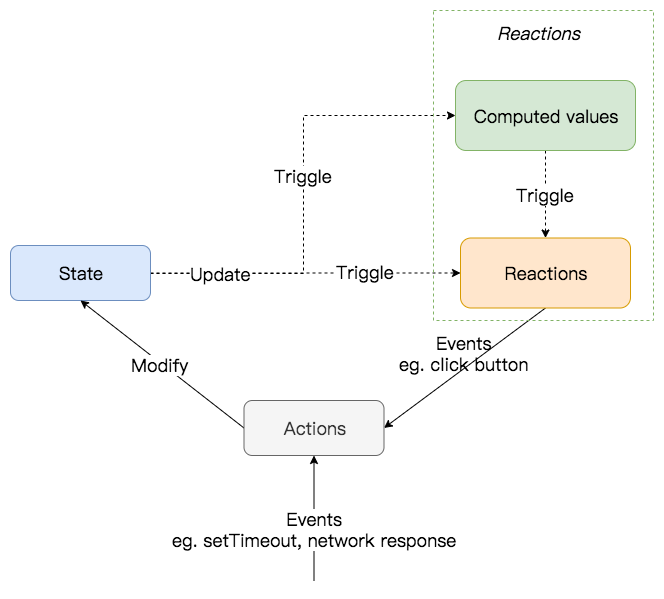
This is mobx-model-complex.png from whinc/pic-bed, a draw.io export, as it was before one commit. Source tidied: cells renumbered, new cells last; positions are measured from the earlier drawing's top-left corner, leaving out a move shared by most shapes.
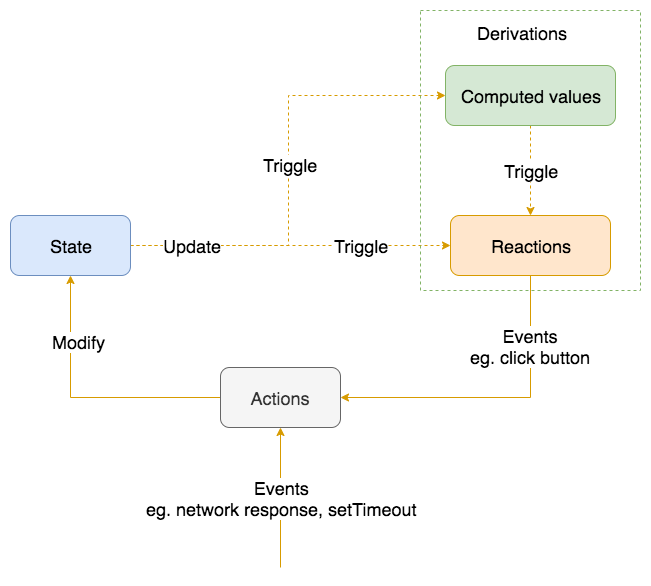
After the commit.

Diff of the diagram source:
```diff
@@ -2,68 +2,71 @@
   <root>
     <mxCell id="0" />
     <mxCell id="1" parent="0" />
-    <mxCell id="2" style="rounded=0;jettySize=auto;html=1;exitX=1;exitY=0.5;exitDx=0;exitDy=0;fontFamily=Lucida Console;fontSize=18;entryX=0;entryY=0.5;entryDx=0;entryDy=0;dashed=1;" parent="1" edge="1" source="9" target="11">
+    <mxCell id="2" style="edgeStyle=orthogonalEdgeStyle;rounded=0;jettySize=auto;html=1;exitX=1;exitY=0.5;exitDx=0;exitDy=0;fontSize=18;dashed=1;fillColor=#ffe6cc;strokeColor=#d79b00;" parent="1" edge="1" source="6" target="9">
       <mxGeometry relative="1" as="geometry" />
     </mxCell>
-    <mxCell id="3" value="Triggle" style="text;html=1;align=center;verticalAlign=middle;labelBackgroundColor=#ffffff;fontSize=18;fontFamily=Lucida Console;" parent="2" vertex="1">
-      <mxGeometry x="0.38" y="3" relative="1" as="geometry">
-        <mxPoint y="1" as="offset" />
-      </mxGeometry>
+    <mxCell id="3" style="edgeStyle=orthogonalEdgeStyle;rounded=0;jettySize=auto;html=1;exitX=1;exitY=0.5;exitDx=0;exitDy=0;entryX=0;entryY=0.5;entryDx=0;entryDy=0;fontSize=18;dashed=1;fillColor=#ffe6cc;strokeColor=#d79b00;" parent="1" edge="1" source="6" target="11">
+      <mxGeometry relative="1" as="geometry" />
     </mxCell>
-    <mxCell id="4" style="edgeStyle=orthogonalEdgeStyle;rounded=0;jettySize=auto;html=1;exitX=1;exitY=0.5;exitDx=0;exitDy=0;entryX=0;entryY=0.5;entryDx=0;entryDy=0;fontFamily=Lucida Console;fontSize=18;dashed=1;" parent="1" edge="1" source="9" target="14">
-      <mxGeometry relative="1" as="geometry" />
+    <mxCell id="4" value="Update" style="text;html=1;align=center;verticalAlign=middle;labelBackgroundColor=#ffffff;fontSize=18;" parent="3" vertex="1">
+      <mxGeometry x="-0.75" y="-2" relative="1" as="geometry">
+        <mxPoint x="3" y="-2" as="offset" />
+      </mxGeometry>
     </mxCell>
-    <mxCell id="5" value="Update" style="text;html=1;align=center;verticalAlign=middle;labelBackgroundColor=#ffffff;fontSize=18;fontFamily=Lucida Console;" parent="4" vertex="1">
-      <mxGeometry x="-0.7" y="-4" relative="1" as="geometry">
-        <mxPoint y="-4.5" as="offset" />
-      </mxGeometry>
+    <mxCell id="5" value="Triggle" style="text;html=1;align=center;verticalAlign=middle;labelBackgroundColor=#ffffff;fontSize=18;" parent="3" vertex="1">
+      <mxGeometry x="0.03" y="-1" relative="1" as="geometry" />
     </mxCell>
-    <mxCell id="6" value="Triggle" style="text;html=1;points=[];align=center;verticalAlign=middle;labelBackgroundColor=#ffffff;fontSize=18;fontFamily=Lucida Console;" parent="4" vertex="1">
-      <mxGeometry x="0.08" y="1" relative="1" as="geometry" />
+    <mxCell id="6" value="State" style="rounded=1;whiteSpace=wrap;html=1;fontSize=18;fillColor=#dae8fc;strokeColor=#6c8ebf;" parent="1" vertex="1">
+      <mxGeometry x="123" y="145" width="120" height="60" as="geometry" />
     </mxCell>
-    <mxCell id="7" style="rounded=0;jettySize=auto;html=1;fontFamily=Lucida Console;fontSize=18;entryX=0.5;entryY=1;entryDx=0;entryDy=0;" parent="1" edge="1" target="17">
-      <mxGeometry relative="1" as="geometry">
-        <mxPoint x="303.5" y="570" as="sourcePoint" />
-      </mxGeometry>
+    <mxCell id="7" style="edgeStyle=orthogonalEdgeStyle;rounded=0;jettySize=auto;html=1;exitX=0.5;exitY=1;exitDx=0;exitDy=0;entryX=1;entryY=0.5;entryDx=0;entryDy=0;fontSize=18;fillColor=#ffe6cc;strokeColor=#d79b00;" parent="1" edge="1" source="9" target="16">
+      <mxGeometry relative="1" as="geometry" />
     </mxCell>
-    <mxCell id="8" value="Events&lt;br&gt;eg. setTimeout, network response" style="text;html=1;align=center;verticalAlign=middle;labelBackgroundColor=#ffffff;fontSize=18;fontFamily=Lucida Console;" parent="7" vertex="1">
-      <mxGeometry x="-0.16" relative="1" as="geometry" />
+    <mxCell id="8" value="Events&lt;br&gt;eg. click button" style="text;html=1;align=center;verticalAlign=middle;labelBackgroundColor=#ffffff;fontSize=18;" parent="7" vertex="1">
+      <mxGeometry x="-0.55" y="-1" relative="1" as="geometry" />
     </mxCell>
-    <mxCell id="9" value="State" style="rounded=1;whiteSpace=wrap;html=1;fontFamily=Lucida Console;fontSize=18;fillColor=#dae8fc;strokeColor=#6c8ebf;labelBorderColor=none;labelBackgroundColor=none;" parent="1" vertex="1">
-      <mxGeometry y="235" width="140" height="55" as="geometry" />
+    <mxCell id="9" value="Reactions" style="rounded=1;whiteSpace=wrap;html=1;fontSize=18;fillColor=#ffe6cc;strokeColor=#d79b00;" parent="1" vertex="1">
+      <mxGeometry x="563" y="145" width="160" height="60" as="geometry" />
     </mxCell>
-    <mxCell id="10" style="edgeStyle=none;rounded=0;jettySize=auto;html=1;exitX=0.5;exitY=1;exitDx=0;exitDy=0;entryX=1;entryY=0.5;entryDx=0;entryDy=0;fontFamily=Lucida Console;fontSize=18;" parent="1" edge="1" source="11" target="17">
+    <mxCell id="10" style="edgeStyle=orthogonalEdgeStyle;rounded=0;jettySize=auto;html=1;exitX=0.5;exitY=1;exitDx=0;exitDy=0;fontSize=18;dashed=1;fillColor=#ffe6cc;strokeColor=#d79b00;" parent="1" edge="1" source="11" target="9">
       <mxGeometry relative="1" as="geometry" />
     </mxCell>
-    <mxCell id="11" value="Reactions" style="rounded=1;whiteSpace=wrap;html=1;fontFamily=Lucida Console;fontSize=18;fillColor=#ffe6cc;strokeColor=#d79b00;" parent="1" vertex="1">
-      <mxGeometry x="450" y="227.5" width="170" height="70" as="geometry" />
+    <mxCell id="11" value="Computed values" style="rounded=1;whiteSpace=wrap;html=1;fontSize=18;fillColor=#d5e8d4;strokeColor=#82b366;" parent="1" vertex="1">
+      <mxGeometry x="558" y="-5" width="170" height="60" as="geometry" />
     </mxCell>
-    <mxCell id="12" style="edgeStyle=none;rounded=0;jettySize=auto;html=1;exitX=0.5;exitY=1;exitDx=0;exitDy=0;entryX=0.5;entryY=0;entryDx=0;entryDy=0;fontFamily=Lucida Console;fontSize=18;dashed=1;" parent="1" edge="1" source="14" target="11">
+    <mxCell id="12" style="rounded=0;jettySize=auto;html=1;exitX=0;exitY=0.5;exitDx=0;exitDy=0;fontSize=18;entryX=0.5;entryY=1;entryDx=0;entryDy=0;edgeStyle=orthogonalEdgeStyle;fillColor=#ffe6cc;strokeColor=#d79b00;" parent="1" edge="1" source="16" target="6">
       <mxGeometry relative="1" as="geometry" />
     </mxCell>
-    <mxCell id="13" value="Triggle" style="text;html=1;align=center;verticalAlign=middle;labelBackgroundColor=#ffffff;fontSize=18;fontFamily=Lucida Console;" parent="12" vertex="1">
-      <mxGeometry x="0.01" y="-1" relative="1" as="geometry" />
+    <mxCell id="13" value="Modify" style="text;html=1;align=center;verticalAlign=middle;labelBackgroundColor=#ffffff;fontSize=18;" parent="12" vertex="1">
+      <mxGeometry x="0.05" y="-56" relative="1" as="geometry" />
     </mxCell>
-    <mxCell id="14" value="Computed values" style="rounded=1;whiteSpace=wrap;html=1;fontFamily=Lucida Console;fontSize=18;fillColor=#d5e8d4;strokeColor=#82b366;" parent="1" vertex="1">
-      <mxGeometry x="445" y="70" width="180" height="70" as="geometry" />
+    <mxCell id="14" style="edgeStyle=orthogonalEdgeStyle;rounded=0;jettySize=auto;html=1;fontSize=18;entryX=0.5;entryY=1;entryDx=0;entryDy=0;fillColor=#ffe6cc;strokeColor=#d79b00;" parent="1" edge="1" target="16">
+      <mxGeometry relative="1" as="geometry">
+        <mxPoint x="393" y="497" as="sourcePoint" />
+        <Array as="points">
+          <mxPoint x="393" y="427" />
+        </Array>
+      </mxGeometry>
     </mxCell>
-    <mxCell id="15" style="edgeStyle=none;rounded=0;jettySize=auto;html=1;exitX=0;exitY=0.5;exitDx=0;exitDy=0;entryX=0.5;entryY=1;entryDx=0;entryDy=0;fontFamily=Lucida Console;fontSize=18;" parent="1" edge="1" source="17" target="9">
-      <mxGeometry relative="1" as="geometry" />
+    <mxCell id="15" value="Events&lt;br&gt;eg. network response, setTimeout" style="text;html=1;align=center;verticalAlign=middle;labelBackgroundColor=#ffffff;fontSize=18;" parent="14" vertex="1">
+      <mxGeometry x="0.2" y="-3" relative="1" as="geometry">
+        <mxPoint x="-3" y="14" as="offset" />
+      </mxGeometry>
     </mxCell>
-    <mxCell id="16" value="Modify" style="text;html=1;points=[];align=center;verticalAlign=middle;labelBackgroundColor=#ffffff;fontSize=18;fontFamily=Lucida Console;" parent="15" vertex="1">
-      <mxGeometry x="0.02" y="2" relative="1" as="geometry" />
+    <mxCell id="16" value="Actions" style="rounded=1;whiteSpace=wrap;html=1;fontSize=18;fillColor=#f5f5f5;strokeColor=#666666;fontColor=#333333;" parent="1" vertex="1">
+      <mxGeometry x="333" y="297" width="120" height="60" as="geometry" />
     </mxCell>
-    <mxCell id="17" value="Actions" style="rounded=1;whiteSpace=wrap;html=1;fontFamily=Lucida Console;fontSize=18;fillColor=#f5f5f5;strokeColor=#666666;fontColor=#333333;" parent="1" vertex="1">
-      <mxGeometry x="233.5" y="390" width="140" height="55" as="geometry" />
+    <mxCell id="17" value="Triggle" style="text;html=1;points=[];align=center;verticalAlign=middle;labelBackgroundColor=#ffffff;fontSize=18;" parent="1" vertex="1">
+      <mxGeometry x="473" y="175" as="geometry" />
     </mxCell>
-    <mxCell id="18" value="Events&lt;br&gt;eg. click button" style="text;html=1;align=center;verticalAlign=top;spacingTop=-4;fontSize=18;fontFamily=Lucida Console;" parent="1" vertex="1">
-      <mxGeometry x="383.5" y="320" width="140" height="50" as="geometry" />
+    <mxCell id="18" value="Triggle" style="text;html=1;align=center;verticalAlign=middle;labelBackgroundColor=#ffffff;fontSize=18;" parent="1" vertex="1">
+      <mxGeometry x="643" y="100" as="geometry" />
     </mxCell>
-    <mxCell id="19" style="rounded=0;whiteSpace=wrap;html=1;fontFamily=Lucida Console;fontSize=18;align=center;fillColor=none;dashed=1;strokeColor=#82b366;strokeWidth=1;" parent="1" vertex="1">
-      <mxGeometry x="423" width="220" height="310" as="geometry" />
+    <mxCell id="19" style="rounded=0;whiteSpace=wrap;html=1;fontSize=18;fillColor=none;strokeColor=#82b366;dashed=1;" parent="1" vertex="1">
+      <mxGeometry x="533" y="-60" width="220" height="280" as="geometry" />
     </mxCell>
-    <mxCell id="20" value="Reactions" style="text;html=1;align=left;verticalAlign=top;spacingTop=-4;fontSize=18;fontFamily=Lucida Console;fontStyle=2;" parent="1" vertex="1">
-      <mxGeometry x="485" y="10" width="100" height="20" as="geometry" />
+    <mxCell id="20" value="Derivations" style="text;html=1;align=left;verticalAlign=top;spacingTop=-4;fontSize=18;fontStyle=0;fontFamily=Helvetica;" parent="1" vertex="1">
+      <mxGeometry x="588" y="-50" width="110" height="20" as="geometry" />
     </mxCell>
   </root>
 </mxGraphModel>
```
